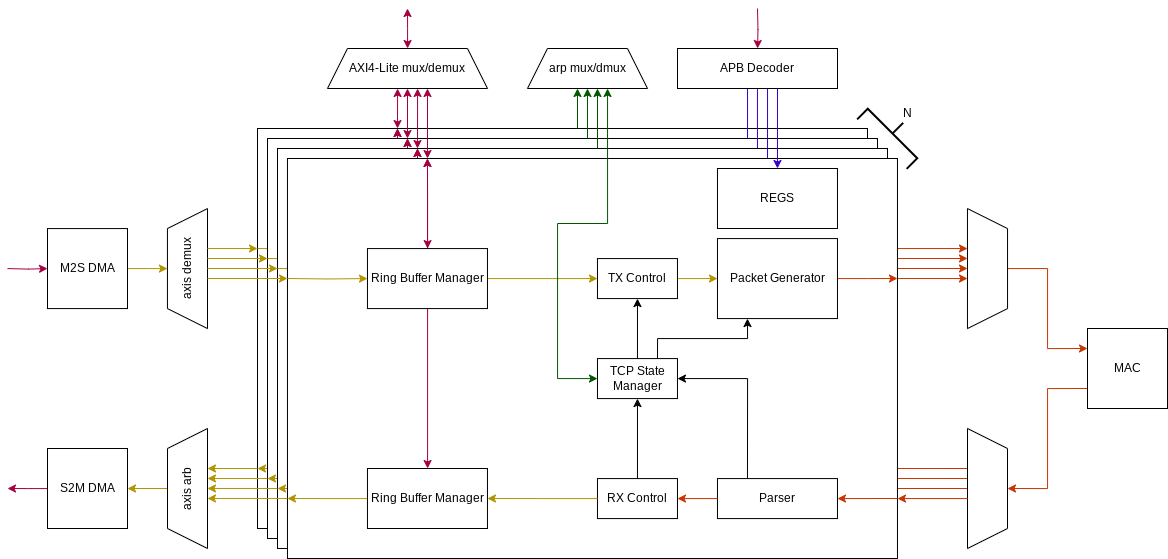
This is hw/super6502_fpga/src/sub/network_processor/doc/tcp.drawio.png from bman12three4/super6502, a draw.io export, as it was before one commit. Source tidied: cells renumbered, new cells last; positions are measured from the earlier drawing's top-left corner, leaving out a move shared by most shapes.
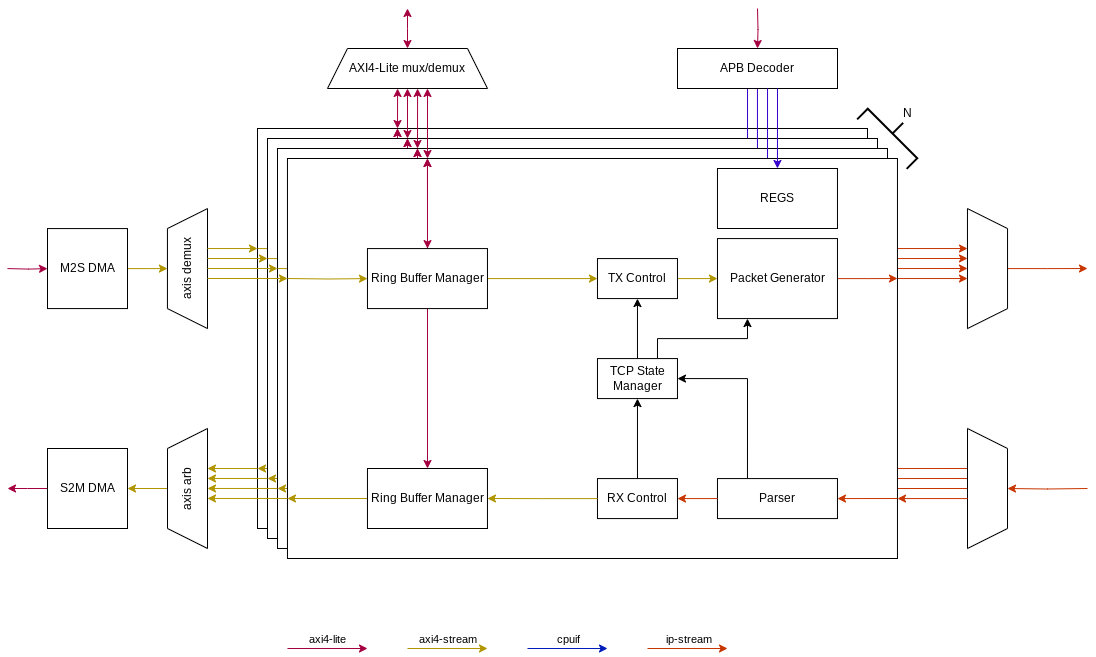
The same diagram one commit later.

Change to the diagram source:
```diff
@@ -310,8 +310,10 @@
     <mxCell id="82" value="N" style="text;html=1;strokeColor=none;fillColor=none;align=center;verticalAlign=middle;whiteSpace=wrap;rounded=0;" parent="1" vertex="1">
       <mxGeometry x="870" y="90" width="60" height="30" as="geometry" />
     </mxCell>
-    <mxCell id="83" style="edgeStyle=orthogonalEdgeStyle;rounded=0;jettySize=auto;html=1;entryX=0;entryY=0.25;entryDx=0;entryDy=0;fillColor=#fa6800;strokeColor=#C73500;" parent="1" edge="1" source="84" target="92">
-      <mxGeometry relative="1" as="geometry" />
+    <mxCell id="83" style="edgeStyle=orthogonalEdgeStyle;rounded=0;jettySize=auto;html=1;fillColor=#fa6800;strokeColor=#C73500;" parent="1" edge="1" source="84">
+      <mxGeometry relative="1" as="geometry">
+        <mxPoint x="1080" y="260" as="targetPoint" />
+      </mxGeometry>
     </mxCell>
     <mxCell id="84" style="shape=trapezoid;perimeter=trapezoidPerimeter;whiteSpace=wrap;html=1;fixedSize=1;rotation=-90;flipH=1;flipV=1;" parent="1" vertex="1">
       <mxGeometry x="920" y="240" width="120" height="40.1" as="geometry" />
@@ -347,12 +349,11 @@
         <mxPoint x="960" y="490.1" as="targetPoint" />
       </mxGeometry>
     </mxCell>
-    <mxCell id="91" style="edgeStyle=orthogonalEdgeStyle;rounded=0;jettySize=auto;html=1;exitX=0;exitY=0.75;exitDx=0;exitDy=0;entryX=0.5;entryY=1;entryDx=0;entryDy=0;fillColor=#fa6800;strokeColor=#C73500;" parent="1" edge="1" source="92" target="85">
-      <mxGeometry relative="1" as="geometry" />
+    <mxCell id="91" style="edgeStyle=orthogonalEdgeStyle;rounded=0;jettySize=auto;html=1;entryX=0.5;entryY=1;entryDx=0;entryDy=0;fillColor=#fa6800;strokeColor=#C73500;" parent="1" edge="1" target="85">
+      <mxGeometry relative="1" as="geometry">
+        <mxPoint x="1080" y="480" as="sourcePoint" />
+      </mxGeometry>
     </mxCell>
-    <mxCell id="92" value="MAC" style="whiteSpace=wrap;html=1;" parent="1" vertex="1">
-      <mxGeometry x="1080" y="320" width="80" height="80" as="geometry" />
-    </mxCell>
     <mxCell id="93" style="edgeStyle=orthogonalEdgeStyle;rounded=0;jettySize=auto;html=1;startArrow=classic;startFill=1;fillColor=#d80073;strokeColor=#A50040;" parent="1" edge="1" source="94">
       <mxGeometry relative="1" as="geometry">
         <mxPoint x="400" as="targetPoint" />
@@ -554,35 +555,49 @@
         <mxPoint x="200" y="490" as="targetPoint" />
       </mxGeometry>
     </mxCell>
-    <mxCell id="141" value="arp mux/dmux" style="shape=trapezoid;perimeter=trapezoidPerimeter;whiteSpace=wrap;html=1;fixedSize=1;" parent="1" vertex="1">
-      <mxGeometry x="520" y="40" width="120" height="40" as="geometry" />
-    </mxCell>
-    <mxCell id="142" style="edgeStyle=orthogonalEdgeStyle;rounded=0;jettySize=auto;html=1;startArrow=classic;startFill=1;fillColor=#008a00;strokeColor=#005700;exitX=0.667;exitY=1;exitDx=0;exitDy=0;exitPerimeter=0;" parent="1" edge="1" source="141" target="117">
-      <mxGeometry relative="1" as="geometry">
-        <Array as="points">
-          <mxPoint x="600" y="215" />
-          <mxPoint x="550" y="215" />
-          <mxPoint x="550" y="370" />
-        </Array>
-      </mxGeometry>
-    </mxCell>
-    <mxCell id="143" style="endArrow=classic;html=1;rounded=0;startArrow=none;startFill=0;fillColor=#008a00;strokeColor=#005700;" parent="1" edge="1">
-      <mxGeometry relative="1" as="geometry">
-        <mxPoint x="590" y="140" as="sourcePoint" />
-        <mxPoint x="590" y="80" as="targetPoint" />
-      </mxGeometry>
-    </mxCell>
-    <mxCell id="144" style="endArrow=classic;html=1;rounded=0;startArrow=none;startFill=0;fillColor=#008a00;strokeColor=#005700;" parent="1" edge="1">
-      <mxGeometry relative="1" as="geometry">
-        <mxPoint x="580" y="130" as="sourcePoint" />
-        <mxPoint x="580" y="80" as="targetPoint" />
-      </mxGeometry>
-    </mxCell>
-    <mxCell id="145" style="endArrow=classic;html=1;rounded=0;fillColor=#008a00;strokeColor=#005700;" parent="1" edge="1">
-      <mxGeometry relative="1" as="geometry">
-        <mxPoint x="570" y="120" as="sourcePoint" />
-        <mxPoint x="570" y="80" as="targetPoint" />
-      </mxGeometry>
-    </mxCell>
+    <mxCell id="146" style="endArrow=classic;html=1;rounded=0;fillColor=#d80073;strokeColor=#A50040;" parent="1" edge="1">
+      <mxGeometry relative="1" as="geometry">
+        <mxPoint x="280" y="640" as="sourcePoint" />
+        <mxPoint x="360" y="640" as="targetPoint" />
+      </mxGeometry>
+    </mxCell>
+    <mxCell id="147" value="axi4-lite" style="edgeLabel;html=1;align=center;verticalAlign=middle;" parent="146" vertex="1">
+      <mxGeometry x="0.2" y="2" relative="1" as="geometry">
+        <mxPoint x="-8" y="-8" as="offset" />
+      </mxGeometry>
+    </mxCell>
+    <mxCell id="148" style="endArrow=classic;html=1;rounded=0;fillColor=#e3c800;strokeColor=#B09500;" parent="1" edge="1">
+      <mxGeometry relative="1" as="geometry">
+        <mxPoint x="400" y="640" as="sourcePoint" />
+        <mxPoint x="480" y="640" as="targetPoint" />
+      </mxGeometry>
+    </mxCell>
+    <mxCell id="149" value="axi4-stream" style="edgeLabel;html=1;align=center;verticalAlign=middle;" parent="148" vertex="1">
+      <mxGeometry x="0.2" y="2" relative="1" as="geometry">
+        <mxPoint x="-8" y="-8" as="offset" />
+      </mxGeometry>
+    </mxCell>
+    <mxCell id="150" style="endArrow=classic;html=1;rounded=0;fillColor=#0050ef;strokeColor=#001DBC;" parent="1" edge="1">
+      <mxGeometry relative="1" as="geometry">
+        <mxPoint x="520" y="640" as="sourcePoint" />
+        <mxPoint x="600" y="640" as="targetPoint" />
+      </mxGeometry>
+    </mxCell>
+    <mxCell id="151" value="cpuif" style="edgeLabel;html=1;align=center;verticalAlign=middle;" parent="150" vertex="1">
+      <mxGeometry x="0.2" y="2" relative="1" as="geometry">
+        <mxPoint x="-8" y="-8" as="offset" />
+      </mxGeometry>
+    </mxCell>
+    <mxCell id="152" style="endArrow=classic;html=1;rounded=0;fillColor=#fa6800;strokeColor=#C73500;" parent="1" edge="1">
+      <mxGeometry relative="1" as="geometry">
+        <mxPoint x="640" y="640" as="sourcePoint" />
+        <mxPoint x="720" y="640" as="targetPoint" />
+      </mxGeometry>
+    </mxCell>
+    <mxCell id="153" value="ip-stream" style="edgeLabel;html=1;align=center;verticalAlign=middle;" parent="152" vertex="1">
+      <mxGeometry x="0.2" y="2" relative="1" as="geometry">
+        <mxPoint x="-8" y="-8" as="offset" />
+      </mxGeometry>
+    </mxCell>
   </root>
 </mxGraphModel>
```
